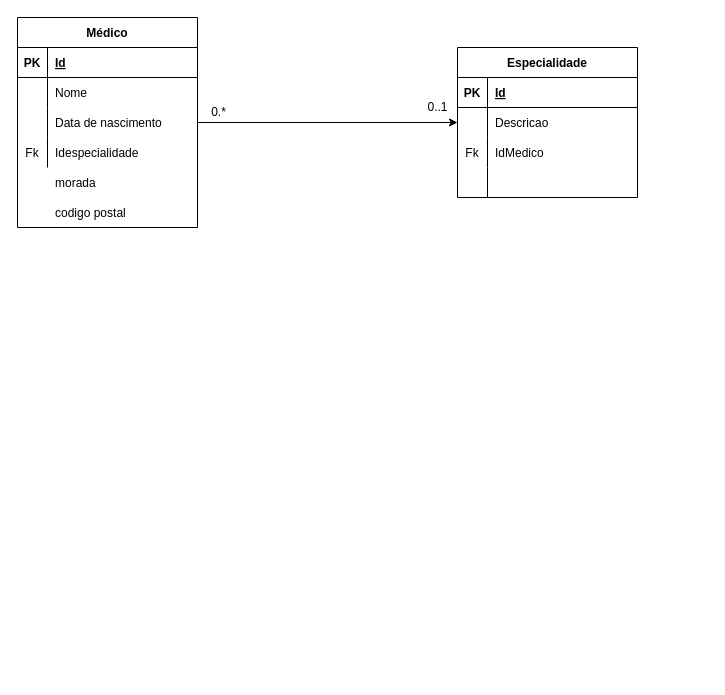
kanelastt/Ficha_3 keeps this draw.io diagram as exercicio2.drawio. Above is the earlier version. Source tidied: cells renumbered, new cells numbered last; positions are measured from the earlier drawing's top-left corner, leaving out a move shared by most shapes. Both pictures are drawn from the tidied source at 100%, with x=0, y=0 at pixel (17, 17).
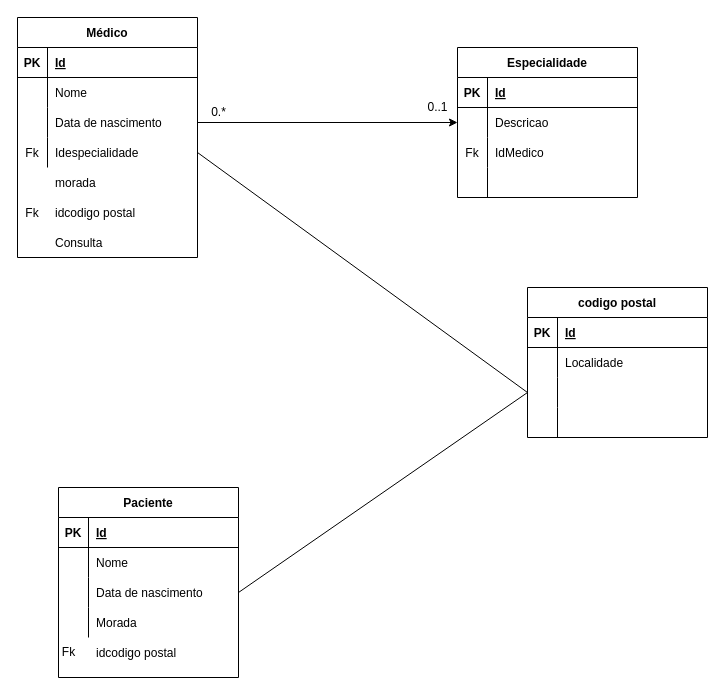
The same diagram, later.

The change refers to these unchanged cells:
```xml
<mxCell id="12" style="shape=tableRow;horizontal=0;startSize=0;swimlaneHead=0;swimlaneBody=0;fillColor=none;points=[[0,0.5],[1,0.5]];portConstraint=eastwest;top=0;left=0;right=0;bottom=0;" parent="2" vertex="1">
  <mxGeometry y="120" width="180" height="30" as="geometry" />
</mxCell>
```

Diff of the diagram source:
```diff
@@
     <mxCell id="2" value="Médico" style="shape=table;startSize=30;childLayout=tableLayout;rowLines=0;fontStyle=1;align=center;" parent="1" vertex="1">
-      <mxGeometry width="180" height="210" as="geometry" />
+      <mxGeometry width="180" height="240" as="geometry" />
     </mxCell>
@@
-    <mxCell id="16" value="codigo postal" style="shape=partialRectangle;fillColor=none;top=0;left=0;bottom=0;right=0;align=left;spacingLeft=6;overflow=hidden;" parent="1" vertex="1">
+    <mxCell id="16" value="idcodigo postal" style="shape=partialRectangle;fillColor=none;top=0;left=0;bottom=0;right=0;align=left;spacingLeft=6;overflow=hidden;" parent="1" vertex="1">
       <mxGeometry x="30" y="180" width="150" height="30" as="geometry" />
     </mxCell>
@@
+    <mxCell id="33" value="Paciente" style="shape=table;startSize=30;childLayout=tableLayout;rowLines=0;fontStyle=1;align=center;" parent="1" vertex="1">
+      <mxGeometry x="41" y="470" width="180" height="190" as="geometry" />
+    </mxCell>
+    <mxCell id="34" style="shape=tableRow;horizontal=0;startSize=0;swimlaneHead=0;swimlaneBody=0;fillColor=none;top=0;left=0;right=0;bottom=1;" parent="33" vertex="1">
+      <mxGeometry y="30" width="180" height="30" as="geometry" />
+    </mxCell>
+    <mxCell id="35" value="PK" style="shape=partialRectangle;fillColor=none;top=0;left=0;bottom=0;right=0;fontStyle=1;overflow=hidden;" parent="34" vertex="1">
+      <mxGeometry width="30" height="30" as="geometry" />
+    </mxCell>
+    <mxCell id="36" value="Id" style="shape=partialRectangle;fillColor=none;top=0;left=0;bottom=0;right=0;align=left;spacingLeft=6;fontStyle=5;overflow=hidden;" parent="34" vertex="1">
+      <mxGeometry x="30" width="150" height="30" as="geometry" />
+    </mxCell>
+    <mxCell id="37" style="shape=tableRow;horizontal=0;startSize=0;swimlaneHead=0;swimlaneBody=0;fillColor=none;top=0;left=0;right=0;bottom=0;" parent="33" vertex="1">
+      <mxGeometry y="60" width="180" height="30" as="geometry" />
+    </mxCell>
+    <mxCell id="38" style="shape=partialRectangle;fillColor=none;top=0;left=0;bottom=0;right=0;overflow=hidden;" parent="37" vertex="1">
+      <mxGeometry width="30" height="30" as="geometry" />
+    </mxCell>
+    <mxCell id="39" value="Nome" style="shape=partialRectangle;fillColor=none;top=0;left=0;bottom=0;right=0;align=left;spacingLeft=6;overflow=hidden;" parent="37" vertex="1">
+      <mxGeometry x="30" width="150" height="30" as="geometry" />
+    </mxCell>
+    <mxCell id="40" style="shape=tableRow;horizontal=0;startSize=0;swimlaneHead=0;swimlaneBody=0;fillColor=none;points=[[0,0.5],[1,0.5]];portConstraint=eastwest;top=0;left=0;right=0;bottom=0;" parent="33" vertex="1">
+      <mxGeometry y="90" width="180" height="30" as="geometry" />
+    </mxCell>
+    <mxCell id="41" style="shape=partialRectangle;fillColor=none;top=0;left=0;bottom=0;right=0;overflow=hidden;" parent="40" vertex="1">
+      <mxGeometry width="30" height="30" as="geometry" />
+    </mxCell>
+    <mxCell id="42" value="Data de nascimento" style="shape=partialRectangle;fillColor=none;top=0;left=0;bottom=0;right=0;align=left;spacingLeft=6;overflow=hidden;" parent="40" vertex="1">
+      <mxGeometry x="30" width="150" height="30" as="geometry" />
+    </mxCell>
+    <mxCell id="43" style="shape=tableRow;horizontal=0;startSize=0;swimlaneHead=0;swimlaneBody=0;fillColor=none;top=0;left=0;right=0;bottom=0;" parent="33" vertex="1">
+      <mxGeometry y="120" width="180" height="30" as="geometry" />
+    </mxCell>
+    <mxCell id="44" style="shape=partialRectangle;fillColor=none;top=0;left=0;bottom=0;right=0;overflow=hidden;" parent="43" vertex="1">
+      <mxGeometry width="30" height="30" as="geometry" />
+    </mxCell>
+    <mxCell id="45" value="Morada" style="shape=partialRectangle;fillColor=none;top=0;left=0;bottom=0;right=0;align=left;spacingLeft=6;overflow=hidden;" parent="43" vertex="1">
+      <mxGeometry x="30" width="150" height="30" as="geometry" />
+    </mxCell>
+    <mxCell id="46" value="idcodigo postal" style="shape=partialRectangle;fillColor=none;top=0;left=0;bottom=0;right=0;align=left;spacingLeft=6;overflow=hidden;" parent="1" vertex="1">
+      <mxGeometry x="71" y="620" width="150" height="30" as="geometry" />
+    </mxCell>
+    <mxCell id="47" value="codigo postal" style="shape=table;startSize=30;childLayout=tableLayout;rowLines=0;fontStyle=1;align=center;" parent="1" vertex="1">
+      <mxGeometry x="510" y="270" width="180" height="150" as="geometry" />
+    </mxCell>
+    <mxCell id="48" style="shape=tableRow;horizontal=0;startSize=0;swimlaneHead=0;swimlaneBody=0;fillColor=none;top=0;left=0;right=0;bottom=1;" parent="47" vertex="1">
+      <mxGeometry y="30" width="180" height="30" as="geometry" />
+    </mxCell>
+    <mxCell id="49" value="PK" style="shape=partialRectangle;fillColor=none;top=0;left=0;bottom=0;right=0;fontStyle=1;overflow=hidden;" parent="48" vertex="1">
+      <mxGeometry width="30" height="30" as="geometry" />
+    </mxCell>
+    <mxCell id="50" value="Id" style="shape=partialRectangle;fillColor=none;top=0;left=0;bottom=0;right=0;align=left;spacingLeft=6;fontStyle=5;overflow=hidden;" parent="48" vertex="1">
+      <mxGeometry x="30" width="150" height="30" as="geometry" />
+    </mxCell>
+    <mxCell id="51" style="shape=tableRow;horizontal=0;startSize=0;swimlaneHead=0;swimlaneBody=0;fillColor=none;top=0;left=0;right=0;bottom=0;" parent="47" vertex="1">
+      <mxGeometry y="60" width="180" height="30" as="geometry" />
+    </mxCell>
+    <mxCell id="52" style="shape=partialRectangle;fillColor=none;top=0;left=0;bottom=0;right=0;overflow=hidden;" parent="51" vertex="1">
+      <mxGeometry width="30" height="30" as="geometry" />
+    </mxCell>
+    <mxCell id="53" value="Localidade" style="shape=partialRectangle;fillColor=none;top=0;left=0;bottom=0;right=0;align=left;spacingLeft=6;overflow=hidden;" parent="51" vertex="1">
+      <mxGeometry x="30" width="150" height="30" as="geometry" />
+    </mxCell>
+    <mxCell id="54" style="shape=tableRow;horizontal=0;startSize=0;swimlaneHead=0;swimlaneBody=0;fillColor=none;points=[[0,0.5],[1,0.5]];portConstraint=eastwest;top=0;left=0;right=0;bottom=0;" parent="47" vertex="1">
+      <mxGeometry y="90" width="180" height="30" as="geometry" />
+    </mxCell>
+    <mxCell id="55" style="shape=partialRectangle;fillColor=none;top=0;left=0;bottom=0;right=0;overflow=hidden;" parent="54" vertex="1">
+      <mxGeometry width="30" height="30" as="geometry" />
+    </mxCell>
+    <mxCell id="56" style="shape=partialRectangle;fillColor=none;top=0;left=0;bottom=0;right=0;align=left;spacingLeft=6;overflow=hidden;" parent="54" vertex="1">
+      <mxGeometry x="30" width="150" height="30" as="geometry" />
+    </mxCell>
+    <mxCell id="57" style="shape=tableRow;horizontal=0;startSize=0;swimlaneHead=0;swimlaneBody=0;fillColor=none;top=0;left=0;right=0;bottom=0;" parent="47" vertex="1">
+      <mxGeometry y="120" width="180" height="30" as="geometry" />
+    </mxCell>
+    <mxCell id="58" style="shape=partialRectangle;fillColor=none;top=0;left=0;bottom=0;right=0;overflow=hidden;" parent="57" vertex="1">
+      <mxGeometry width="30" height="30" as="geometry" />
+    </mxCell>
+    <mxCell id="59" style="shape=partialRectangle;fillColor=none;top=0;left=0;bottom=0;right=0;align=left;spacingLeft=6;overflow=hidden;" parent="57" vertex="1">
+      <mxGeometry x="30" width="150" height="30" as="geometry" />
+    </mxCell>
+    <mxCell id="60" style="endArrow=none;html=1;rounded=0;entryX=0;entryY=0.5;entryDx=0;entryDy=0;exitX=1;exitY=0.5;exitDx=0;exitDy=0;" parent="1" edge="1" source="12" target="54">
+      <mxGeometry relative="1" as="geometry" />
+    </mxCell>
+    <mxCell id="61" style="endArrow=none;html=1;rounded=0;exitX=1;exitY=0.5;exitDx=0;exitDy=0;entryX=0;entryY=0.5;entryDx=0;entryDy=0;" parent="1" edge="1" source="40" target="54">
+      <mxGeometry relative="1" as="geometry" />
+    </mxCell>
+    <mxCell id="62" value="Fk" style="text;html=1;align=center;verticalAlign=middle;strokeColor=none;fillColor=none;" parent="1" vertex="1">
+      <mxGeometry x="31" y="620" width="40" height="30" as="geometry" />
+    </mxCell>
+    <mxCell id="63" value="Fk" style="shape=partialRectangle;fillColor=none;top=0;left=0;bottom=0;right=0;overflow=hidden;" parent="1" vertex="1">
+      <mxGeometry y="180" width="30" height="30" as="geometry" />
+    </mxCell>
+    <mxCell id="64" value="Consulta" style="shape=partialRectangle;fillColor=none;top=0;left=0;bottom=0;right=0;align=left;spacingLeft=6;overflow=hidden;" parent="1" vertex="1">
+      <mxGeometry x="30" y="210" width="150" height="30" as="geometry" />
+    </mxCell>
```
